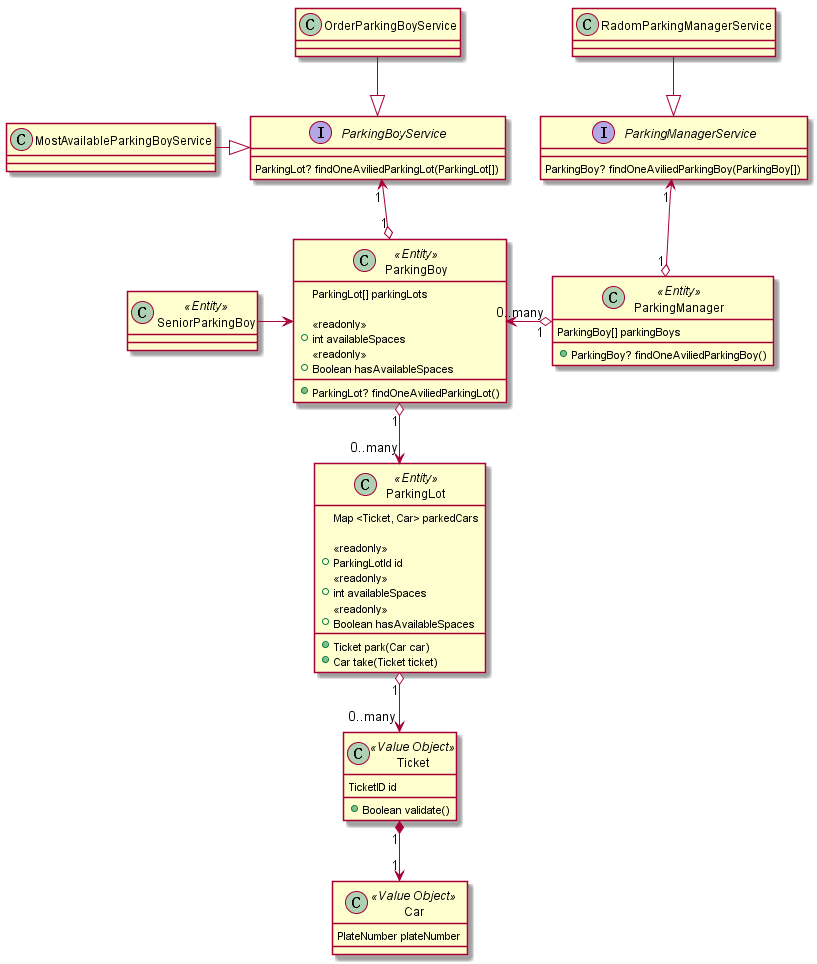
This is out/Parking/parking.png from scglwsj/ddd-learning, a PlantUML export, as it was before one commit.
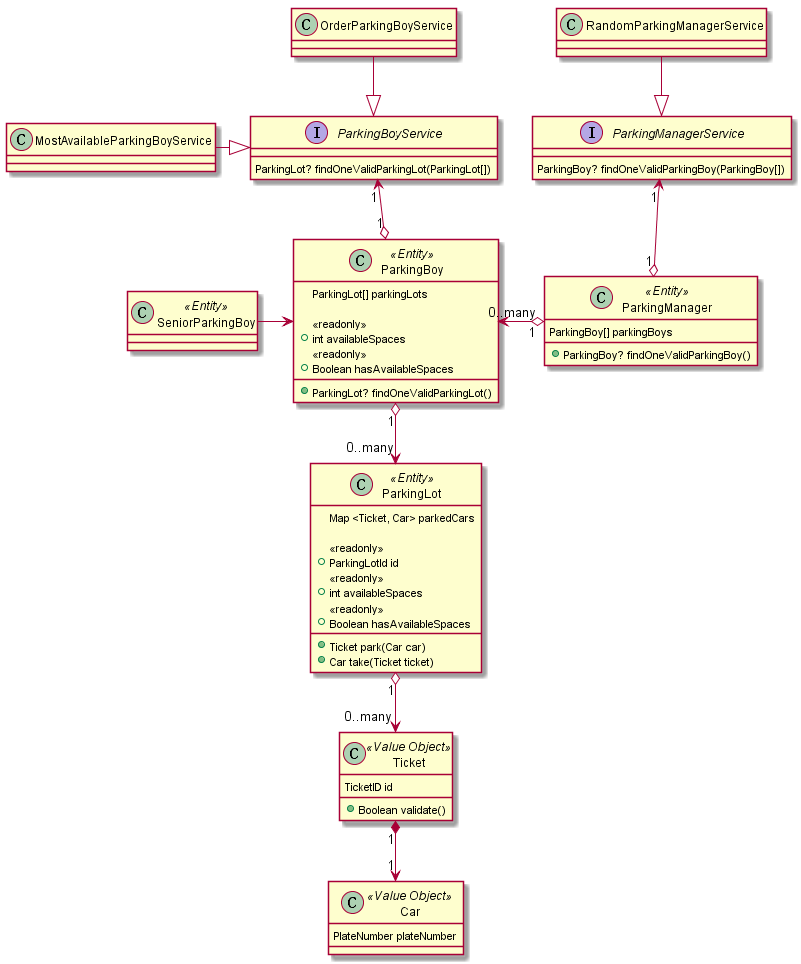
Later version of the same file.

What changed in the source:
```diff
@@ -1,16 +1,16 @@
 @startuml parking
 
 interface ParkingBoyService {
-  ParkingLot? findOneAviliedParkingLot(ParkingLot[])
+  ParkingLot? findOneValidParkingLot(ParkingLot[])
 }
 
 interface ParkingManagerService {
-  ParkingBoy? findOneAviliedParkingBoy(ParkingBoy[])
+  ParkingBoy? findOneValidParkingBoy(ParkingBoy[])
 }
 
 class OrderParkingBoyService
 class MostAvailableParkingBoyService
-class RadomParkingManagerService
+class RandomParkingManagerService
 
 class ParkingBoy << Entity >> {
   ParkingLot[] parkingLots
@@ -20,7 +20,7 @@
   <<readonly>>
   + Boolean hasAvailableSpaces
 
-  + ParkingLot? findOneAviliedParkingLot()
+  + ParkingLot? findOneValidParkingLot()
 }
 
 class SeniorParkingBoy << Entity >>
@@ -50,7 +50,7 @@
 
 class ParkingManager << Entity >> {
   ParkingBoy[] parkingBoys
-  + ParkingBoy? findOneAviliedParkingBoy()
+  + ParkingBoy? findOneValidParkingBoy()
 }
 
 Ticket "1" *--> "1" Car
@@ -58,7 +58,7 @@
 ParkingBoy "1" o--> "0..many" ParkingLot
 OrderParkingBoyService --|> ParkingBoyService
 MostAvailableParkingBoyService -|> ParkingBoyService
-RadomParkingManagerService --|> ParkingManagerService
+RandomParkingManagerService --|> ParkingManagerService
 ParkingBoy "1" o-up-> "1" ParkingBoyService
 SeniorParkingBoy -> ParkingBoy
 ParkingManager "1" o-left-> "0..many" ParkingBoy
```
